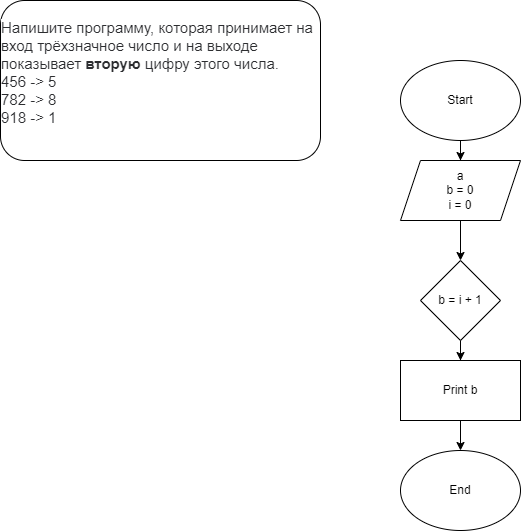
Before: Задача10.png, a diagram exported from draw.io (AlexaKara/Programming-languages-C-). Source tidied: cells renumbered, new cells last; positions are measured from the earlier drawing's top-left corner, leaving out a move shared by most shapes.
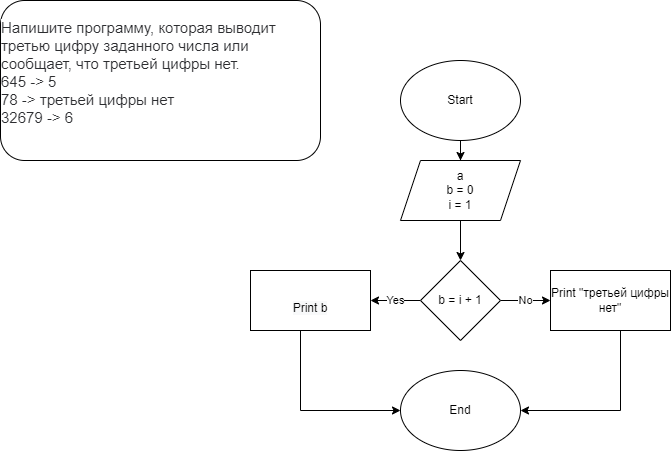
The same file after the commit.

Change to the diagram source:
```diff
@@ -8,29 +8,46 @@
     <mxCell id="3" value="Start" style="ellipse;whiteSpace=wrap;html=1;" parent="1" vertex="1">
       <mxGeometry x="400" y="60" width="120" height="80" as="geometry" />
     </mxCell>
-    <mxCell id="4" value="&#10;&lt;p style=&quot;box-sizing: border-box; margin: 0px; font-weight: 400; color: rgb(44, 45, 48); font-family: Roboto, &amp;quot;San Francisco&amp;quot;, &amp;quot;Helvetica Neue&amp;quot;, Helvetica, Arial; font-size: 15px; font-style: normal; font-variant-ligatures: normal; font-variant-caps: normal; letter-spacing: normal; orphans: 2; text-align: start; text-indent: 0px; text-transform: none; widows: 2; word-spacing: 0px; -webkit-text-stroke-width: 0px; background-color: rgb(255, 255, 255); text-decoration-thickness: initial; text-decoration-style: initial; text-decoration-color: initial;&quot;&gt;Напишите программу, которая принимает на вход трёхзначное число и на выходе показывает&amp;nbsp;&lt;strong style=&quot;box-sizing: border-box; font-weight: 700;&quot;&gt;вторую&lt;/strong&gt;&lt;span&gt;&amp;nbsp;&lt;/span&gt;цифру этого числа.&lt;/p&gt;&lt;p style=&quot;box-sizing: border-box; margin: 0px; font-weight: 400; color: rgb(44, 45, 48); font-family: Roboto, &amp;quot;San Francisco&amp;quot;, &amp;quot;Helvetica Neue&amp;quot;, Helvetica, Arial; font-size: 15px; font-style: normal; font-variant-ligatures: normal; font-variant-caps: normal; letter-spacing: normal; orphans: 2; text-align: start; text-indent: 0px; text-transform: none; widows: 2; word-spacing: 0px; -webkit-text-stroke-width: 0px; background-color: rgb(255, 255, 255); text-decoration-thickness: initial; text-decoration-style: initial; text-decoration-color: initial;&quot;&gt;456 -&amp;gt; 5&lt;br style=&quot;box-sizing: border-box;&quot;&gt;782 -&amp;gt; 8&lt;br style=&quot;box-sizing: border-box;&quot;&gt;918 -&amp;gt; 1&lt;/p&gt;&#10;&#10;" style="rounded=1;whiteSpace=wrap;html=1;" parent="1" vertex="1">
+    <mxCell id="4" value="&#10;&lt;p style=&quot;box-sizing: border-box; margin: 0px; font-weight: 400; color: rgb(44, 45, 48); font-family: Roboto, &amp;quot;San Francisco&amp;quot;, &amp;quot;Helvetica Neue&amp;quot;, Helvetica, Arial; font-size: 15px; font-style: normal; font-variant-ligatures: normal; font-variant-caps: normal; letter-spacing: normal; orphans: 2; text-align: start; text-indent: 0px; text-transform: none; widows: 2; word-spacing: 0px; -webkit-text-stroke-width: 0px; background-color: rgb(255, 255, 255); text-decoration-thickness: initial; text-decoration-style: initial; text-decoration-color: initial;&quot;&gt;Напишите программу, которая выводит третью цифру заданного числа или сообщает, что третьей цифры нет.&lt;/p&gt;&lt;p style=&quot;box-sizing: border-box; margin: 0px; font-weight: 400; color: rgb(44, 45, 48); font-family: Roboto, &amp;quot;San Francisco&amp;quot;, &amp;quot;Helvetica Neue&amp;quot;, Helvetica, Arial; font-size: 15px; font-style: normal; font-variant-ligatures: normal; font-variant-caps: normal; letter-spacing: normal; orphans: 2; text-align: start; text-indent: 0px; text-transform: none; widows: 2; word-spacing: 0px; -webkit-text-stroke-width: 0px; background-color: rgb(255, 255, 255); text-decoration-thickness: initial; text-decoration-style: initial; text-decoration-color: initial;&quot;&gt;645 -&amp;gt; 5&lt;/p&gt;&lt;p style=&quot;box-sizing: border-box; margin: 0px; font-weight: 400; color: rgb(44, 45, 48); font-family: Roboto, &amp;quot;San Francisco&amp;quot;, &amp;quot;Helvetica Neue&amp;quot;, Helvetica, Arial; font-size: 15px; font-style: normal; font-variant-ligatures: normal; font-variant-caps: normal; letter-spacing: normal; orphans: 2; text-align: start; text-indent: 0px; text-transform: none; widows: 2; word-spacing: 0px; -webkit-text-stroke-width: 0px; background-color: rgb(255, 255, 255); text-decoration-thickness: initial; text-decoration-style: initial; text-decoration-color: initial;&quot;&gt;78 -&amp;gt; третьей цифры нет&lt;/p&gt;&lt;p style=&quot;box-sizing: border-box; margin: 0px; font-weight: 400; color: rgb(44, 45, 48); font-family: Roboto, &amp;quot;San Francisco&amp;quot;, &amp;quot;Helvetica Neue&amp;quot;, Helvetica, Arial; font-size: 15px; font-style: normal; font-variant-ligatures: normal; font-variant-caps: normal; letter-spacing: normal; orphans: 2; text-align: start; text-indent: 0px; text-transform: none; widows: 2; word-spacing: 0px; -webkit-text-stroke-width: 0px; background-color: rgb(255, 255, 255); text-decoration-thickness: initial; text-decoration-style: initial; text-decoration-color: initial;&quot;&gt;32679 -&amp;gt; 6&lt;/p&gt;&#10;&#10;" style="rounded=1;whiteSpace=wrap;html=1;" parent="1" vertex="1">
       <mxGeometry width="320" height="160" as="geometry" />
     </mxCell>
     <mxCell id="5" style="edgeStyle=orthogonalEdgeStyle;rounded=0;jettySize=auto;html=1;entryX=0.5;entryY=0;entryDx=0;entryDy=0;" parent="1" edge="1" source="6" target="8">
       <mxGeometry relative="1" as="geometry" />
     </mxCell>
-    <mxCell id="6" value="a&lt;br&gt;b = 0&lt;br&gt;i = 0" style="shape=parallelogram;perimeter=parallelogramPerimeter;whiteSpace=wrap;html=1;fixedSize=1;" parent="1" vertex="1">
+    <mxCell id="6" value="a&lt;br&gt;b = 0&lt;br&gt;i = 1" style="shape=parallelogram;perimeter=parallelogramPerimeter;whiteSpace=wrap;html=1;fixedSize=1;" parent="1" vertex="1">
       <mxGeometry x="400" y="160" width="120" height="60" as="geometry" />
     </mxCell>
-    <mxCell id="7" style="edgeStyle=orthogonalEdgeStyle;rounded=0;jettySize=auto;html=1;entryX=0.5;entryY=0;entryDx=0;entryDy=0;" parent="1" edge="1" source="8" target="10">
+    <mxCell id="7" value="No" style="edgeStyle=orthogonalEdgeStyle;rounded=0;jettySize=auto;html=1;entryX=0;entryY=0.5;entryDx=0;entryDy=0;" parent="1" edge="1" source="8" target="10">
       <mxGeometry relative="1" as="geometry" />
     </mxCell>
+    <mxCell id="12" value="Yes" style="edgeStyle=orthogonalEdgeStyle;rounded=0;jettySize=auto;html=1;entryX=1;entryY=0.5;entryDx=0;entryDy=0;" parent="1" edge="1" source="8" target="14">
+      <mxGeometry relative="1" as="geometry" />
+    </mxCell>
     <mxCell id="8" value="b = i + 1" style="rhombus;whiteSpace=wrap;html=1;" parent="1" vertex="1">
       <mxGeometry x="420" y="260" width="80" height="80" as="geometry" />
     </mxCell>
-    <mxCell id="9" style="edgeStyle=orthogonalEdgeStyle;rounded=0;jettySize=auto;html=1;entryX=0.5;entryY=0;entryDx=0;entryDy=0;" parent="1" edge="1" source="10" target="11">
-      <mxGeometry relative="1" as="geometry" />
+    <mxCell id="9" style="edgeStyle=orthogonalEdgeStyle;rounded=0;jettySize=auto;html=1;" parent="1" edge="1" source="10" target="11">
+      <mxGeometry relative="1" as="geometry">
+        <Array as="points">
+          <mxPoint x="620" y="410" />
+        </Array>
+      </mxGeometry>
     </mxCell>
-    <mxCell id="10" value="Print b" style="rounded=0;whiteSpace=wrap;html=1;" parent="1" vertex="1">
-      <mxGeometry x="400" y="360" width="120" height="60" as="geometry" />
+    <mxCell id="10" value="Print &quot;третьей цифры нет&quot;" style="rounded=0;whiteSpace=wrap;html=1;" parent="1" vertex="1">
+      <mxGeometry x="550" y="270" width="120" height="60" as="geometry" />
     </mxCell>
     <mxCell id="11" value="End" style="ellipse;whiteSpace=wrap;html=1;" parent="1" vertex="1">
-      <mxGeometry x="400" y="450" width="120" height="80" as="geometry" />
+      <mxGeometry x="400" y="370" width="120" height="80" as="geometry" />
     </mxCell>
+    <mxCell id="13" style="edgeStyle=orthogonalEdgeStyle;rounded=0;jettySize=auto;html=1;" parent="1" edge="1" source="14" target="11">
+      <mxGeometry relative="1" as="geometry">
+        <Array as="points">
+          <mxPoint x="300" y="410" />
+        </Array>
+      </mxGeometry>
+    </mxCell>
+    <mxCell id="14" value="&lt;br&gt;&lt;span style=&quot;color: rgb(0, 0, 0); font-family: Helvetica; font-size: 12px; font-style: normal; font-variant-ligatures: normal; font-variant-caps: normal; font-weight: 400; letter-spacing: normal; orphans: 2; text-align: center; text-indent: 0px; text-transform: none; widows: 2; word-spacing: 0px; -webkit-text-stroke-width: 0px; background-color: rgb(248, 249, 250); text-decoration-thickness: initial; text-decoration-style: initial; text-decoration-color: initial; float: none; display: inline !important;&quot;&gt;Print b&lt;/span&gt;" style="rounded=0;whiteSpace=wrap;html=1;" parent="1" vertex="1">
+      <mxGeometry x="250" y="270" width="120" height="60" as="geometry" />
+    </mxCell>
   </root>
 </mxGraphModel>
```
